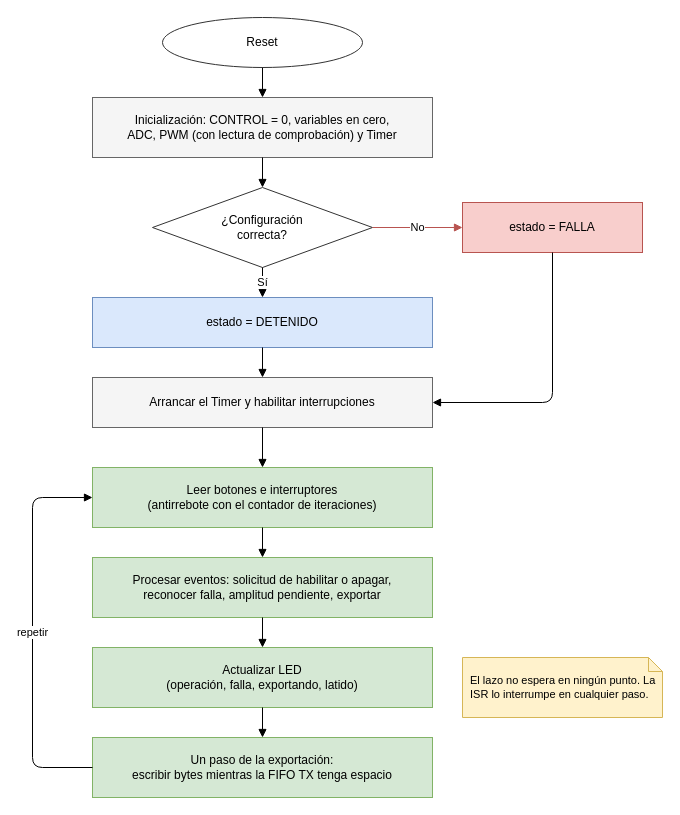
Above: Proyecto4_Inversor_Monofasico/docs/diseno/img/nivel_4_software_lazo.drawio in aguilar697/Taller-Diseno-de-Sistemas-Digitales (draw.io), before the change. Source tidied: cells renumbered, new cells numbered last; positions are measured from the earlier drawing's top-left corner, leaving out a move shared by most shapes. Both pictures are drawn from the tidied source at 100%, with x=0, y=0 at pixel (32, 17).
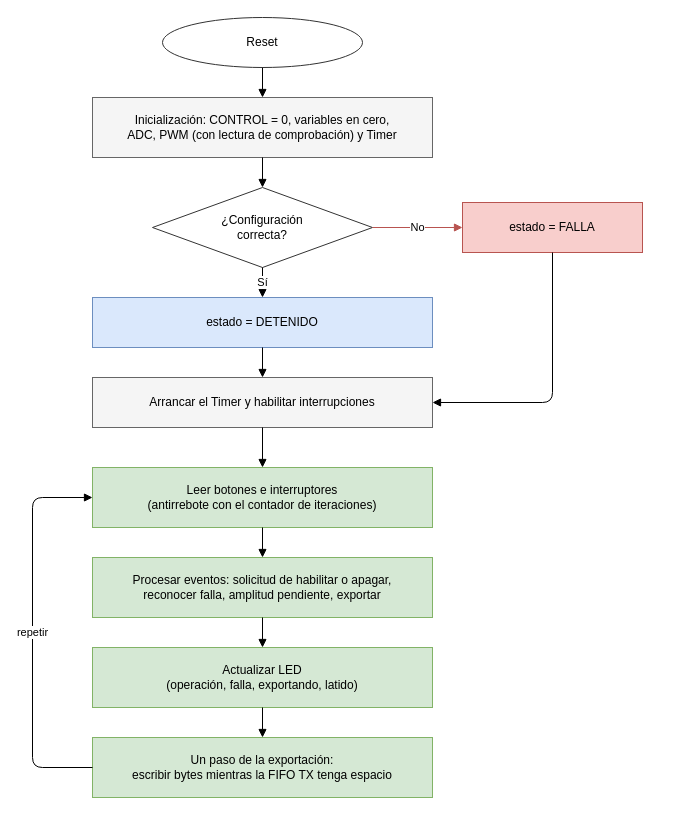
The same diagram, later.

Commit message (it also covers changes not shown here):
Simplifica diagramas del software (nivel 3 y 4)

The edit, as a diff of the source:
```diff
@@
-    <mxCell id="23" value="El lazo no espera en ningún punto. La ISR lo interrumpe en cualquier paso." style="shape=note;whiteSpace=wrap;html=1;size=14;fillColor=#fff2cc;strokeColor=#d6b656;fontSize=11;align=left;spacingLeft=6;" parent="1" vertex="1">
-      <mxGeometry x="430" y="640" width="200" height="60" as="geometry" />
-    </mxCell>
```
